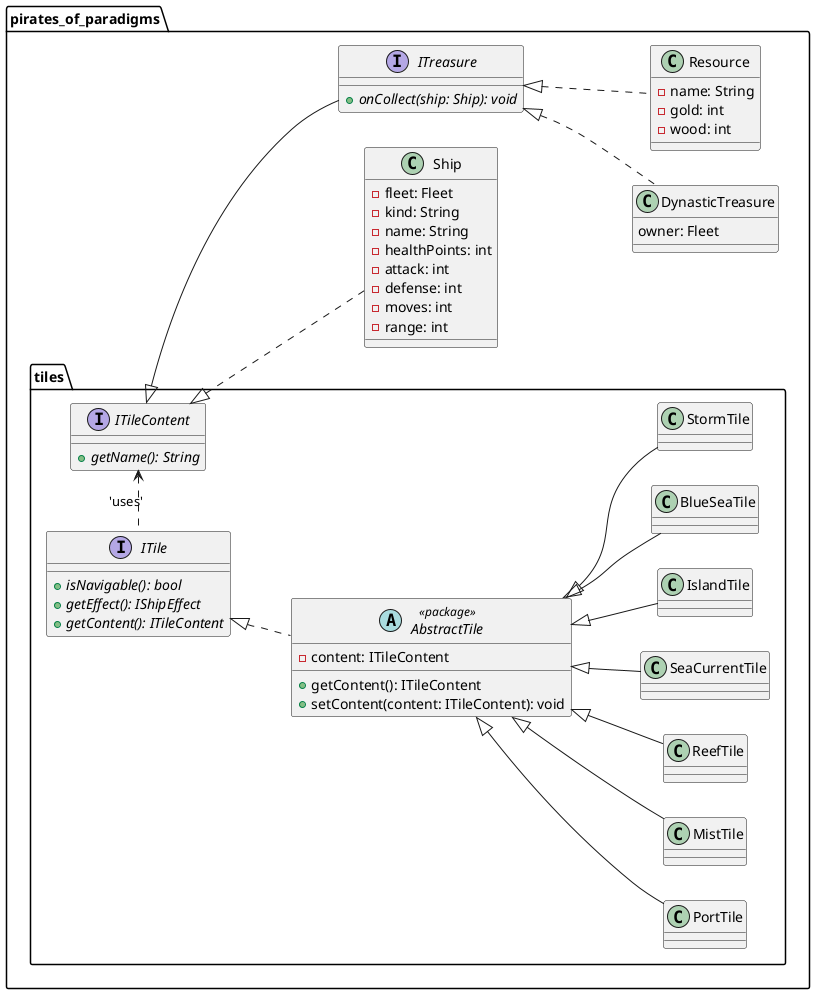
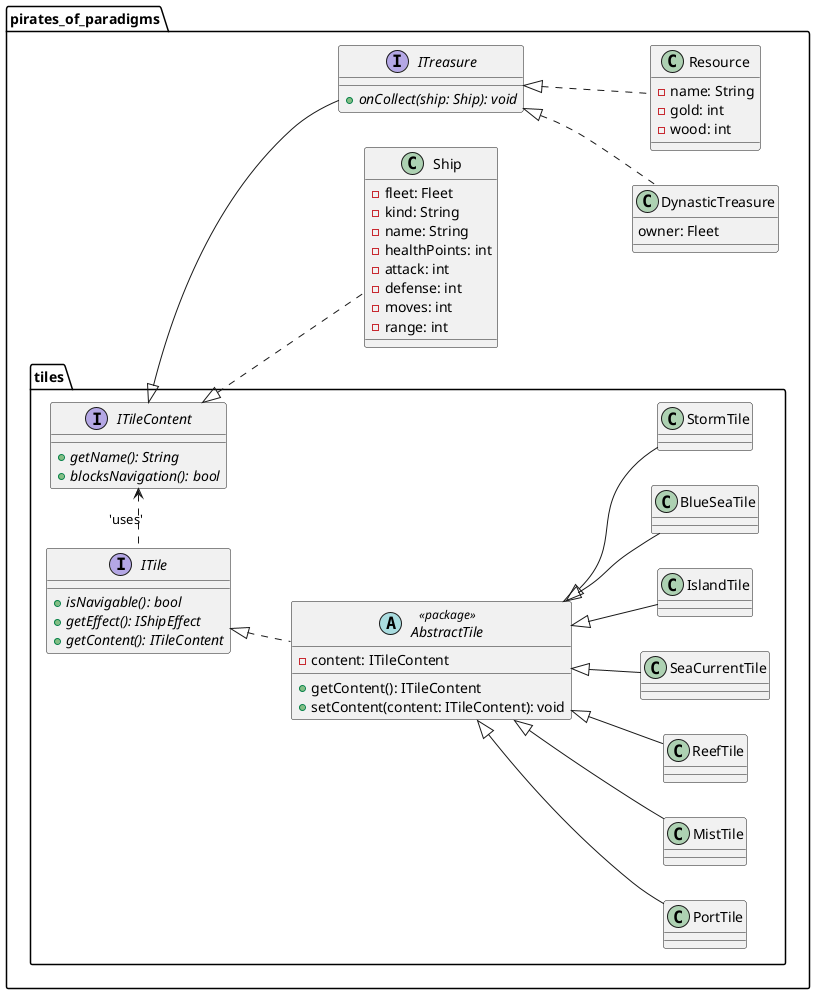
@startuml
left to right direction

package "pirates_of_paradigms" {
    package "tiles" {
        interface ITile
        interface ITileContent
        abstract AbstractTile <<package>> implements ITile
        class BlueSeaTile extends AbstractTile
        class StormTile extends AbstractTile
        class PortTile extends AbstractTile
        class MistTile extends AbstractTile
        class ReefTile extends AbstractTile
        class SeaCurrentTile extends AbstractTile
        class IslandTile extends AbstractTile
        ITileContent <. ITile : 'uses'
    }

    interface ITreasure implements tiles.ITileContent
    class Resource implements ITreasure
    class DynasticTreasure implements ITreasure
    class Ship implements tiles.ITileContent
}

' ################################################################
' Esta sección es para definir miembros y metodos
' ################################################################

interface pirates_of_paradigms.tiles.ITile {
    + {abstract} isNavigable(): bool
    + {abstract} getEffect(): IShipEffect
    + {abstract} getContent(): ITileContent
}

interface pirates_of_paradigms.tiles.ITileContent {
    + {abstract} getName(): String
+     + {abstract} blocksNavigation(): bool
}

abstract pirates_of_paradigms.tiles.AbstractTile {
    - content: ITileContent
    + getContent(): ITileContent
    + setContent(content: ITileContent): void
}

interface pirates_of_paradigms.ITreasure {
    + {abstract} onCollect(ship: Ship): void
}

class pirates_of_paradigms.Resource {
    - name: String
    - gold: int
    - wood: int
}

class pirates_of_paradigms.DynasticTreasure {
    owner: Fleet
}

class pirates_of_paradigms.Ship {
    - fleet: Fleet
    - kind: String
    - name: String
    - healthPoints: int
    - attack: int
    - defense: int
    - moves: int
    - range: int
}

@enduml